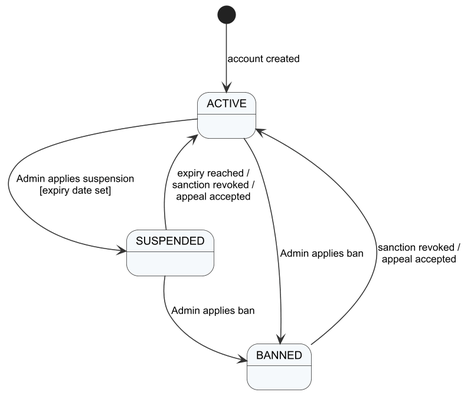
Above: Doc/Project_report/Report/diagrams/png/r4_sm_account.png in Tad-Min/PickleVerse (PlantUML), before the change.
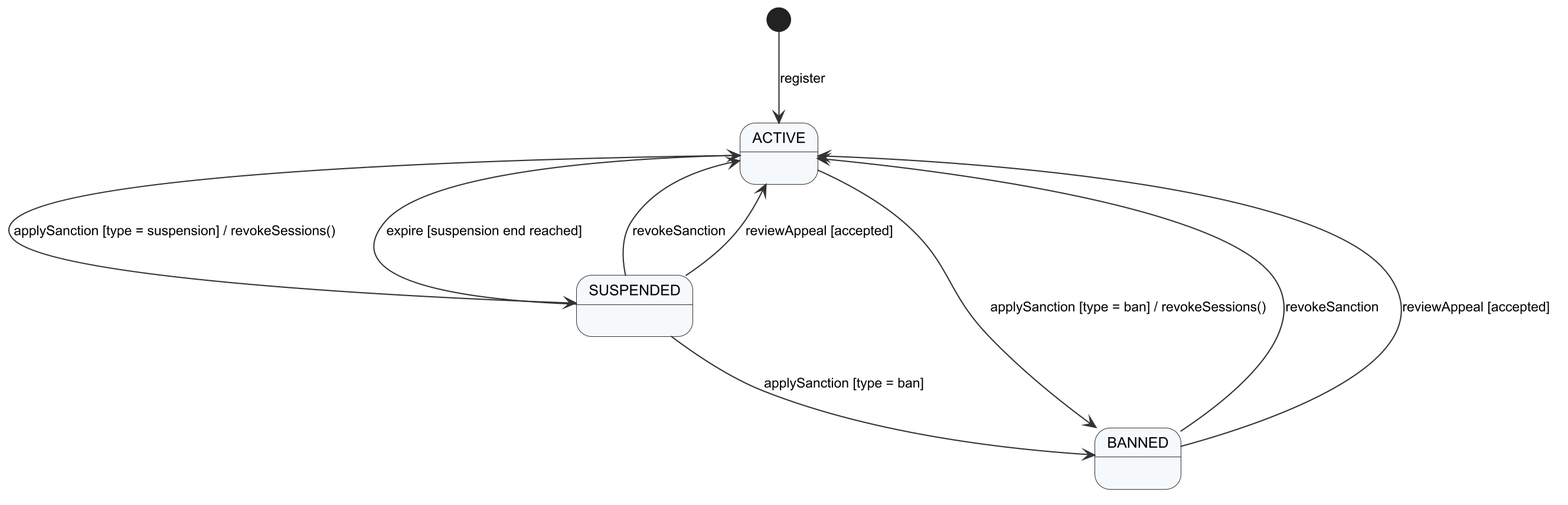
Above is the later version.

What changed in the source:
```diff
@@ -1,9 +1,12 @@
 @startuml r4_sm_account
 !include _style.iuml
-[*] --> ACTIVE : account created
-ACTIVE --> SUSPENDED : Admin applies suspension\n[expiry date set]
-ACTIVE --> BANNED : Admin applies ban
-SUSPENDED --> BANNED : Admin applies ban
-SUSPENDED --> ACTIVE : expiry reached /\nsanction revoked /\nappeal accepted
-BANNED --> ACTIVE : sanction revoked /\nappeal accepted
+[*] --> ACTIVE : register
+ACTIVE --> SUSPENDED : applySanction [type = suspension] / revokeSessions()
+ACTIVE --> BANNED : applySanction [type = ban] / revokeSessions()
+SUSPENDED --> BANNED : applySanction [type = ban]
+SUSPENDED --> ACTIVE : expire [suspension end reached]
+SUSPENDED --> ACTIVE : revokeSanction
+SUSPENDED --> ACTIVE : reviewAppeal [accepted]
+BANNED --> ACTIVE : revokeSanction
+BANNED --> ACTIVE : reviewAppeal [accepted]
 @enduml
```
